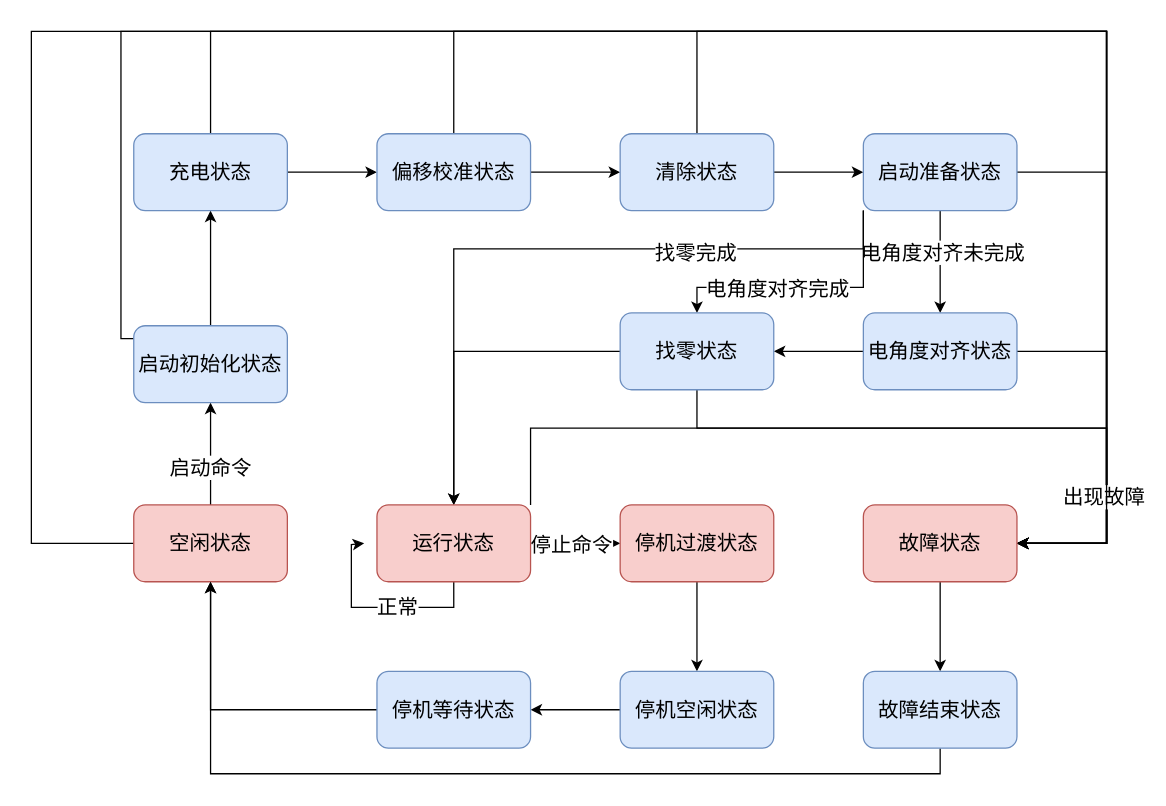
Above: page "第 10 页" (10 of 12) of FOC电流环.drawio in songruidong/draw.io (draw.io), before the change. Source tidied: cells renumbered, new cells numbered last; positions are measured from the earlier drawing's top-left corner, leaving out a move shared by most shapes. Both pictures are drawn from the tidied source at 128%, with x=0, y=0 at pixel (31, 31).
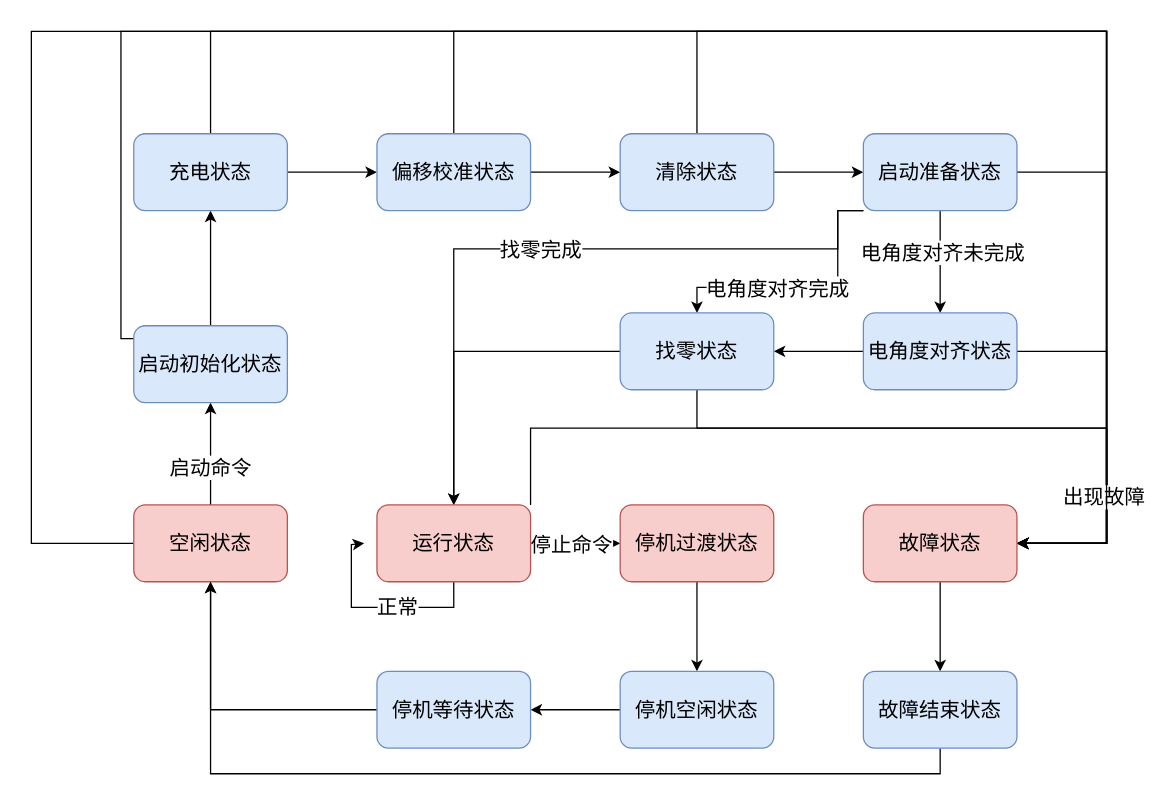
After the change.

The change refers to these unchanged cells:
```xml
<mxCell id="25" value="启动准备状态" style="rounded=1;whiteSpace=wrap;html=1;fontSize=16;fillColor=#dae8fc;strokeColor=#6c8ebf;" parent="1" vertex="1">
  <mxGeometry x="650" y="80" width="120" height="60" as="geometry" />
</mxCell>
<mxCell id="32" value="找零状态" style="rounded=1;whiteSpace=wrap;html=1;fontSize=16;fillColor=#dae8fc;strokeColor=#6c8ebf;" parent="1" vertex="1">
  <mxGeometry x="460" y="220" width="120" height="60" as="geometry" />
</mxCell>
```

Change to the diagram source:
```diff
@@
     <mxCell id="20" style="edgeStyle=orthogonalEdgeStyle;rounded=0;jettySize=auto;html=1;exitX=0;exitY=1;exitDx=0;exitDy=0;fontSize=16;" parent="1" edge="1" source="25" target="32">
       <mxGeometry relative="1" as="geometry">
         <Array as="points">
-          <mxPoint x="650" y="200" />
+          <mxPoint x="630" y="140" />
+          <mxPoint x="630" y="200" />
           <mxPoint x="520" y="200" />
         </Array>
       </mxGeometry>
     </mxCell>
@@
     <mxCell id="22" style="edgeStyle=orthogonalEdgeStyle;rounded=0;jettySize=auto;html=1;exitX=0;exitY=1;exitDx=0;exitDy=0;fontSize=16;" parent="1" edge="1" source="25">
       <mxGeometry relative="1" as="geometry">
         <mxPoint x="330" y="370" as="targetPoint" />
         <Array as="points">
-          <mxPoint x="650" y="170" />
+          <mxPoint x="630" y="140" />
+          <mxPoint x="630" y="170" />
           <mxPoint x="330" y="170" />
         </Array>
       </mxGeometry>
     </mxCell>
-    <mxCell id="23" value="找零完成" style="edgeLabel;html=1;align=center;verticalAlign=middle;fontSize=16;" parent="22" vertex="1">
-      <mxGeometry x="-0.41" y="2" relative="1" as="geometry" />
+    <mxCell id="23" value="&lt;span style=&quot;font-size: 16px;&quot;&gt;找零完成&lt;/span&gt;" style="edgeLabel;html=1;align=center;verticalAlign=middle;" parent="22" vertex="1">
+      <mxGeometry x="0.03" relative="1" as="geometry" />
     </mxCell>
```
